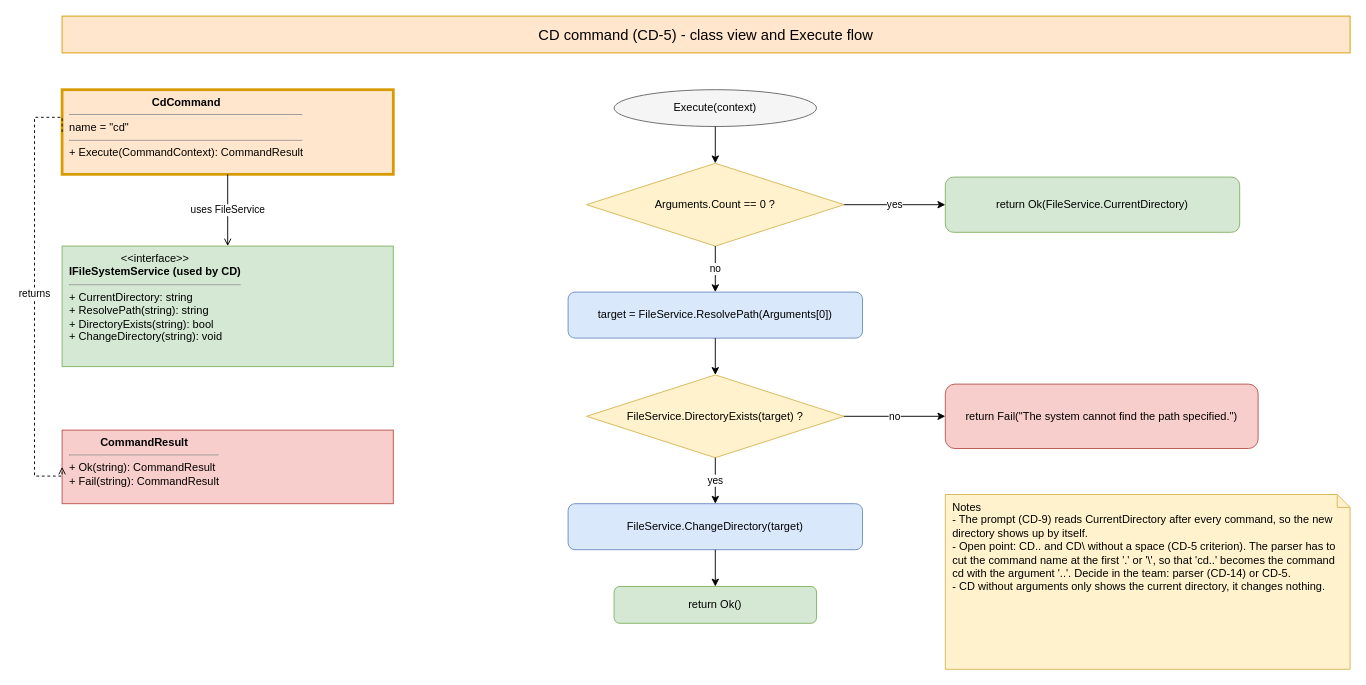
Earlier version of the draw.io diagram page "CD command (CD-5)" (2 of 2) of docs/architecture.drawio (1curafu/Commander-d-console). Source tidied: cells renumbered, new cells numbered last; positions are measured from the earlier drawing's top-left corner, leaving out a move shared by most shapes. Both pictures are drawn from the tidied source at 92%, with x=0, y=0 at pixel (34, 16).
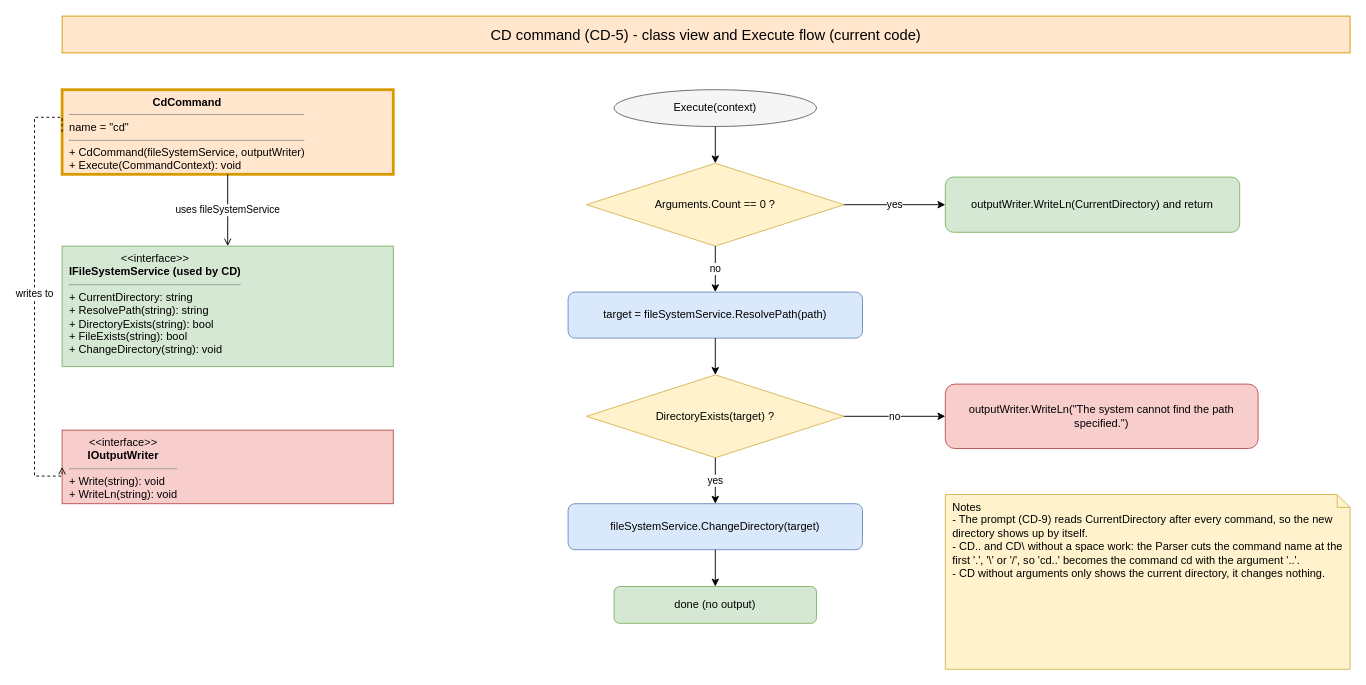
Above is the later version.

The edit, as a diff of the source:
```diff
@@
-    <mxCell id="2" value="CD command (CD-5) - class view and Execute flow" style="rounded=0;whiteSpace=wrap;html=1;fillColor=#ffe6cc;strokeColor=#d79b00;fontSize=16;" parent="1" vertex="1">
+    <mxCell id="2" value="CD command (CD-5) - class view and Execute flow (current code)" style="rounded=0;whiteSpace=wrap;html=1;fillColor=#ffe6cc;strokeColor=#d79b00;fontSize=16;" parent="1" vertex="1">
       <mxGeometry x="30" width="1400" height="40" as="geometry" />
     </mxCell>
-    <mxCell id="3" value="&lt;div style=&quot;text-align:center&quot;&gt;&lt;b&gt;CdCommand&lt;/b&gt;&lt;/div&gt;&lt;hr size=&quot;1&quot;&gt;name = &amp;quot;cd&amp;quot;&lt;hr size=&quot;1&quot;&gt;+ Execute(CommandContext): CommandResult" style="rounded=0;whiteSpace=wrap;html=1;align=left;verticalAlign=top;spacingLeft=6;spacingRight=6;fillColor=#ffe6cc;strokeColor=#d79b00;fontSize=12;strokeWidth=3;" parent="1" vertex="1">
+    <mxCell id="3" value="&lt;div style=&quot;text-align:center&quot;&gt;&lt;b&gt;CdCommand&lt;/b&gt;&lt;/div&gt;&lt;hr size=&quot;1&quot;&gt;name = &quot;cd&quot;&lt;hr size=&quot;1&quot;&gt;+ CdCommand(fileSystemService, outputWriter)&lt;br&gt;+ Execute(CommandContext): void" style="rounded=0;whiteSpace=wrap;html=1;align=left;verticalAlign=top;spacingLeft=6;spacingRight=6;fillColor=#ffe6cc;strokeColor=#d79b00;fontSize=12;strokeWidth=3;" parent="1" vertex="1">
       <mxGeometry x="30" y="80" width="360" height="92" as="geometry" />
     </mxCell>
-    <mxCell id="4" value="&lt;div style=&quot;text-align:center&quot;&gt;&amp;lt;&amp;lt;interface&amp;gt;&amp;gt;&lt;br&gt;&lt;b&gt;IFileSystemService (used by CD)&lt;/b&gt;&lt;/div&gt;&lt;hr size=&quot;1&quot;&gt;+ CurrentDirectory: string&lt;br&gt;+ ResolvePath(string): string&lt;br&gt;+ DirectoryExists(string): bool&lt;br&gt;+ ChangeDirectory(string): void" style="rounded=0;whiteSpace=wrap;html=1;align=left;verticalAlign=top;spacingLeft=6;spacingRight=6;fillColor=#d5e8d4;strokeColor=#82b366;fontSize=12;" parent="1" vertex="1">
+    <mxCell id="4" value="&lt;div style=&quot;text-align:center&quot;&gt;&amp;lt;&amp;lt;interface&amp;gt;&amp;gt;&lt;br&gt;&lt;b&gt;IFileSystemService (used by CD)&lt;/b&gt;&lt;/div&gt;&lt;hr size=&quot;1&quot;&gt;+ CurrentDirectory: string&lt;br&gt;+ ResolvePath(string): string&lt;br&gt;+ DirectoryExists(string): bool&lt;br&gt;+ FileExists(string): bool&lt;br&gt;+ ChangeDirectory(string): void" style="rounded=0;whiteSpace=wrap;html=1;align=left;verticalAlign=top;spacingLeft=6;spacingRight=6;fillColor=#d5e8d4;strokeColor=#82b366;fontSize=12;" parent="1" vertex="1">
       <mxGeometry x="30" y="250" width="360" height="131" as="geometry" />
     </mxCell>
-    <mxCell id="5" value="&lt;div style=&quot;text-align:center&quot;&gt;&lt;b&gt;CommandResult&lt;/b&gt;&lt;/div&gt;&lt;hr size=&quot;1&quot;&gt;+ Ok(string): CommandResult&lt;br&gt;+ Fail(string): CommandResult" style="rounded=0;whiteSpace=wrap;html=1;align=left;verticalAlign=top;spacingLeft=6;spacingRight=6;fillColor=#f8cecc;strokeColor=#b85450;fontSize=12;" parent="1" vertex="1">
+    <mxCell id="5" value="&lt;div style=&quot;text-align:center&quot;&gt;&amp;lt;&amp;lt;interface&amp;gt;&amp;gt;&lt;br&gt;&lt;b&gt;IOutputWriter&lt;/b&gt;&lt;/div&gt;&lt;hr size=&quot;1&quot;&gt;+ Write(string): void&lt;br&gt;+ WriteLn(string): void" style="rounded=0;whiteSpace=wrap;html=1;align=left;verticalAlign=top;spacingLeft=6;spacingRight=6;fillColor=#f8cecc;strokeColor=#b85450;fontSize=12;" parent="1" vertex="1">
       <mxGeometry x="30" y="450" width="360" height="80" as="geometry" />
     </mxCell>
-    <mxCell id="6" value="uses FileService" style="edgeStyle=orthogonalEdgeStyle;rounded=0;html=1;fontSize=11;endArrow=open;endFill=0;" parent="1" edge="1" source="3" target="4">
+    <mxCell id="6" value="uses fileSystemService" style="edgeStyle=orthogonalEdgeStyle;rounded=0;html=1;fontSize=11;endArrow=open;endFill=0;" parent="1" edge="1" source="3" target="4">
       <mxGeometry relative="1" as="geometry" />
     </mxCell>
-    <mxCell id="7" value="returns" style="edgeStyle=orthogonalEdgeStyle;rounded=0;html=1;fontSize=11;endArrow=open;endFill=0;dashed=1;exitX=0;exitY=0.5;entryX=0;entryY=0.5;" parent="1" edge="1" source="3" target="5">
+    <mxCell id="7" value="writes to" style="edgeStyle=orthogonalEdgeStyle;rounded=0;html=1;fontSize=11;endArrow=open;endFill=0;dashed=1;exitX=0;exitY=0.5;entryX=0;entryY=0.5;" parent="1" edge="1" source="3" target="5">
       <mxGeometry relative="1" as="geometry">
         <Array as="points">
           <mxPoint y="110" />
           <mxPoint y="500" />
         </Array>
       </mxGeometry>
     </mxCell>
@@
-    <mxCell id="10" value="return Ok(FileService.CurrentDirectory)" style="rounded=1;whiteSpace=wrap;html=1;fillColor=#d5e8d4;strokeColor=#82b366;fontSize=12;" parent="1" vertex="1">
+    <mxCell id="10" value="outputWriter.WriteLn(CurrentDirectory) and return" style="rounded=1;whiteSpace=wrap;html=1;fillColor=#d5e8d4;strokeColor=#82b366;fontSize=12;" parent="1" vertex="1">
       <mxGeometry x="990" y="175" width="320" height="60" as="geometry" />
     </mxCell>
-    <mxCell id="11" value="target = FileService.ResolvePath(Arguments[0])" style="rounded=1;whiteSpace=wrap;html=1;fillColor=#dae8fc;strokeColor=#6c8ebf;fontSize=12;" parent="1" vertex="1">
+    <mxCell id="11" value="target = fileSystemService.ResolvePath(path)" style="rounded=1;whiteSpace=wrap;html=1;fillColor=#dae8fc;strokeColor=#6c8ebf;fontSize=12;" parent="1" vertex="1">
       <mxGeometry x="580" y="300" width="320" height="50" as="geometry" />
     </mxCell>
-    <mxCell id="12" value="FileService.DirectoryExists(target) ?" style="rhombus;whiteSpace=wrap;html=1;fillColor=#fff2cc;strokeColor=#d6b656;fontSize=12;" parent="1" vertex="1">
+    <mxCell id="12" value="DirectoryExists(target) ?" style="rhombus;whiteSpace=wrap;html=1;fillColor=#fff2cc;strokeColor=#d6b656;fontSize=12;" parent="1" vertex="1">
       <mxGeometry x="600" y="390" width="280" height="90" as="geometry" />
     </mxCell>
-    <mxCell id="13" value="return Fail(&quot;The system cannot find the path specified.&quot;)" style="rounded=1;whiteSpace=wrap;html=1;fillColor=#f8cecc;strokeColor=#b85450;fontSize=12;" parent="1" vertex="1">
+    <mxCell id="13" value="outputWriter.WriteLn(&quot;The system cannot find the path specified.&quot;)" style="rounded=1;whiteSpace=wrap;html=1;fillColor=#f8cecc;strokeColor=#b85450;fontSize=12;" parent="1" vertex="1">
       <mxGeometry x="990" y="400" width="340" height="70" as="geometry" />
     </mxCell>
-    <mxCell id="14" value="FileService.ChangeDirectory(target)" style="rounded=1;whiteSpace=wrap;html=1;fillColor=#dae8fc;strokeColor=#6c8ebf;fontSize=12;" parent="1" vertex="1">
+    <mxCell id="14" value="fileSystemService.ChangeDirectory(target)" style="rounded=1;whiteSpace=wrap;html=1;fillColor=#dae8fc;strokeColor=#6c8ebf;fontSize=12;" parent="1" vertex="1">
       <mxGeometry x="580" y="530" width="320" height="50" as="geometry" />
     </mxCell>
-    <mxCell id="15" value="return Ok()" style="rounded=1;whiteSpace=wrap;html=1;fillColor=#d5e8d4;strokeColor=#82b366;fontSize=12;" parent="1" vertex="1">
+    <mxCell id="15" value="done (no output)" style="rounded=1;whiteSpace=wrap;html=1;fillColor=#d5e8d4;strokeColor=#82b366;fontSize=12;" parent="1" vertex="1">
       <mxGeometry x="630" y="620" width="220" height="40" as="geometry" />
     </mxCell>
@@
-    <mxCell id="23" value="Notes&lt;br&gt;- The prompt (CD-9) reads CurrentDirectory after every command, so the new directory shows up by itself.&lt;br&gt;- Open point: CD.. and CD\ without a space (CD-5 criterion). The parser has to cut the command name at the first '.' or '\', so that 'cd..' becomes the command cd with the argument '..'. Decide in the team: parser (CD-14) or CD-5.&lt;br&gt;- CD without arguments only shows the current directory, it changes nothing." style="shape=note;whiteSpace=wrap;html=1;align=left;verticalAlign=top;spacingLeft=6;spacingRight=6;fillColor=#fff2cc;strokeColor=#d6b656;fontSize=12;size=14;" parent="1" vertex="1">
+    <mxCell id="23" value="Notes&lt;br&gt;- The prompt (CD-9) reads CurrentDirectory after every command, so the new directory shows up by itself.&lt;br&gt;- CD.. and CD\ without a space work: the Parser cuts the command name at the first '.', '\' or '/', so 'cd..' becomes the command cd with the argument '..'.&lt;br&gt;- CD without arguments only shows the current directory, it changes nothing." style="shape=note;whiteSpace=wrap;html=1;align=left;verticalAlign=top;spacingLeft=6;spacingRight=6;fillColor=#fff2cc;strokeColor=#d6b656;fontSize=12;size=14;" parent="1" vertex="1">
       <mxGeometry x="990" y="520" width="440" height="190" as="geometry" />
     </mxCell>
```
